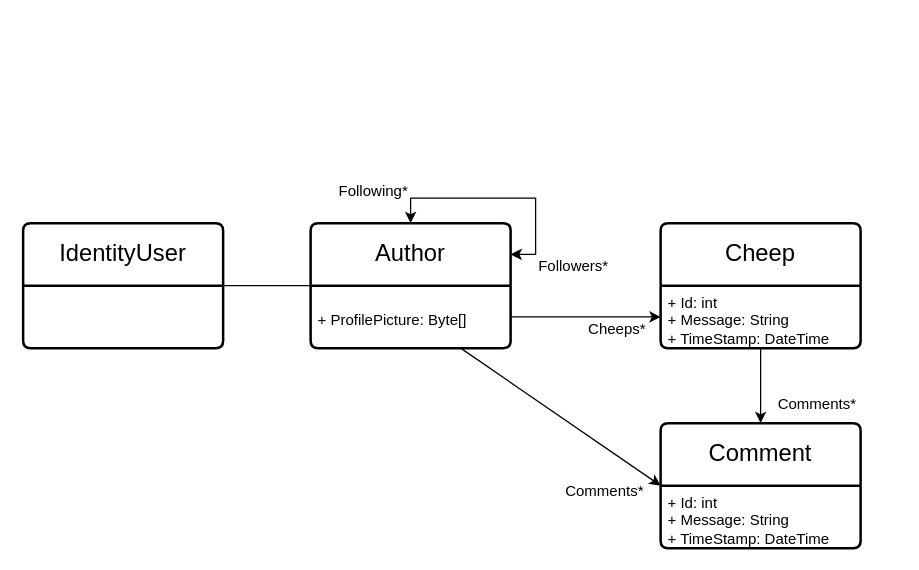
The draw.io diagram docs/models/DomainModel.drawio in ITU-BDSA2024-GROUP10/Chirp, before the edit. Source tidied: cells renumbered, new cells numbered last; positions are measured from the earlier drawing's top-left corner, leaving out a move shared by most shapes. Both pictures are drawn from the tidied source at 125%, with x=0, y=0 at pixel (22, 172).
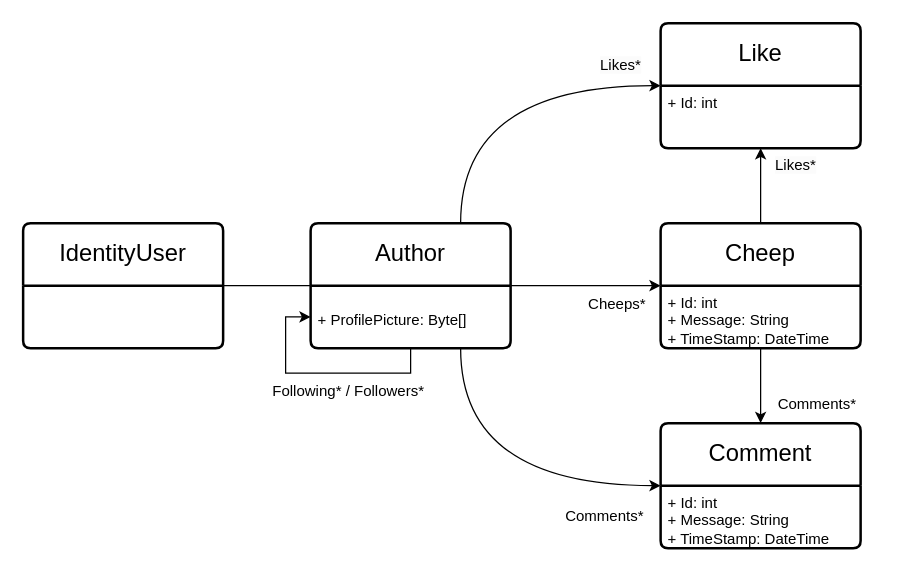
Above is the later version.

Commit message:
Updated Domain Model

Unchanged cells that the change refers to:
```xml
<mxCell id="2" value="&lt;font style=&quot;font-size: 19px;&quot;&gt;Author&lt;/font&gt;" style="swimlane;horizontal=1;startSize=50;rounded=1;fontSize=14;fontStyle=0;strokeWidth=2;shadow=0;dashed=0;align=center;arcSize=4;whiteSpace=wrap;html=1;" parent="1" vertex="1">
  <mxGeometry x="230" y="40" width="160" height="100" as="geometry" />
</mxCell>
<mxCell id="3" value="&lt;br&gt;+ ProfilePicture: Byte[]&amp;nbsp;" style="align=left;strokeColor=none;fillColor=none;spacingLeft=4;fontSize=12;verticalAlign=top;html=1;" parent="2" vertex="1">
  <mxGeometry y="50" width="160" height="50" as="geometry" />
</mxCell>
<mxCell id="4" value="&lt;font style=&quot;font-size: 19px;&quot;&gt;Cheep&lt;/font&gt;" style="swimlane;horizontal=1;startSize=50;rounded=1;fontSize=14;fontStyle=0;strokeWidth=2;shadow=0;dashed=0;align=center;arcSize=4;whiteSpace=wrap;html=1;" parent="1" vertex="1">
  <mxGeometry x="510" y="40" width="160" height="100" as="geometry" />
</mxCell>
<mxCell id="7" value="&lt;font style=&quot;font-size: 19px;&quot;&gt;Comment&lt;/font&gt;" style="swimlane;horizontal=1;startSize=50;rounded=1;fontSize=14;fontStyle=0;strokeWidth=2;shadow=0;dashed=0;align=center;arcSize=4;whiteSpace=wrap;html=1;" parent="1" vertex="1">
  <mxGeometry x="510" y="200" width="160" height="100" as="geometry" />
</mxCell>
<mxCell id="8" value="+ Id: int&amp;nbsp;&lt;div&gt;+ Message: String&amp;nbsp;&lt;/div&gt;&lt;div&gt;+ TimeStamp: DateTime&lt;/div&gt;" style="align=left;strokeColor=none;fillColor=none;spacingLeft=4;fontSize=12;verticalAlign=top;html=1;" parent="7" vertex="1">
  <mxGeometry y="50" width="160" height="50" as="geometry" />
</mxCell>
```

What changed in the source:
```diff
@@
+    <mxCell id="19" style="edgeStyle=orthogonalEdgeStyle;rounded=0;jettySize=auto;html=1;exitX=0.5;exitY=1;exitDx=0;exitDy=0;entryX=0;entryY=0.75;entryDx=0;entryDy=0;" parent="1" edge="1" source="3" target="2">
+      <mxGeometry relative="1" as="geometry" />
+    </mxCell>
+    <mxCell id="20" style="edgeStyle=orthogonalEdgeStyle;rounded=0;jettySize=auto;html=1;exitX=0.75;exitY=0;exitDx=0;exitDy=0;entryX=0;entryY=0.5;entryDx=0;entryDy=0;curved=1;" parent="1" edge="1" source="2" target="21">
+      <mxGeometry relative="1" as="geometry" />
+    </mxCell>
@@
-    <mxCell id="6" style="edgeStyle=orthogonalEdgeStyle;rounded=0;orthogonalLoop=1;jettySize=auto;html=1;exitX=0.5;exitY=0;exitDx=0;exitDy=0;entryX=1;entryY=0.25;entryDx=0;entryDy=0;endArrow=classic;endFill=1;startArrow=classic;startFill=1;" parent="1" edge="1" source="2" target="2">
-      <mxGeometry relative="1" as="geometry" />
-    </mxCell>
@@
-    <mxCell id="9" value="Following*" style="text;html=1;align=center;verticalAlign=middle;strokeColor=none;fillColor=none;" parent="1" vertex="1">
-      <mxGeometry x="240" width="80" height="30" as="geometry" />
+    <mxCell id="9" value="Following* / Followers*" style="text;html=1;align=center;verticalAlign=middle;strokeColor=none;fillColor=none;" parent="1" vertex="1">
+      <mxGeometry x="190" y="160" width="140" height="30" as="geometry" />
     </mxCell>
-    <mxCell id="10" value="Followers*" style="text;html=1;align=center;verticalAlign=middle;strokeColor=none;fillColor=none;" parent="1" vertex="1">
-      <mxGeometry x="400" y="60" width="80" height="30" as="geometry" />
-    </mxCell>
-    <mxCell id="11" style="edgeStyle=orthogonalEdgeStyle;rounded=0;jettySize=auto;html=1;exitX=1;exitY=0.5;exitDx=0;exitDy=0;entryX=0;entryY=0.75;entryDx=0;entryDy=0;" parent="1" edge="1" source="3" target="4">
+    <mxCell id="11" style="edgeStyle=orthogonalEdgeStyle;rounded=0;jettySize=auto;html=1;exitX=1;exitY=0.5;exitDx=0;exitDy=0;entryX=0;entryY=0.5;entryDx=0;entryDy=0;" parent="1" edge="1" source="2" target="4">
       <mxGeometry relative="1" as="geometry" />
     </mxCell>
     <mxCell id="12" value="Cheeps*" style="text;html=1;align=center;verticalAlign=middle;strokeColor=none;fillColor=none;" parent="1" vertex="1">
-      <mxGeometry x="440" y="110" width="70" height="30" as="geometry" />
+      <mxGeometry x="440" y="90" width="70" height="30" as="geometry" />
     </mxCell>
-    <mxCell id="13" style="edgeStyle=none;jettySize=auto;html=1;rounded=0;exitX=0.75;exitY=1;exitDx=0;exitDy=0;entryX=0;entryY=0;entryDx=0;entryDy=0;" parent="1" edge="1" source="3" target="8">
-      <mxGeometry relative="1" as="geometry" />
-    </mxCell>
     <mxCell id="14" value="Comments*" style="text;html=1;align=center;verticalAlign=middle;strokeColor=none;fillColor=none;" parent="1" vertex="1">
-      <mxGeometry x="420" y="240" width="90" height="30" as="geometry" />
+      <mxGeometry x="420" y="260" width="90" height="30" as="geometry" />
     </mxCell>
@@
+    <mxCell id="21" value="&lt;font style=&quot;font-size: 19px;&quot;&gt;Like&lt;/font&gt;" style="swimlane;horizontal=1;startSize=50;rounded=1;fontSize=14;fontStyle=0;strokeWidth=2;shadow=0;dashed=0;align=center;arcSize=4;whiteSpace=wrap;html=1;" parent="1" vertex="1">
+      <mxGeometry x="510" y="-120" width="160" height="100" as="geometry" />
+    </mxCell>
+    <mxCell id="22" value="+ Id: int&amp;nbsp;" style="align=left;strokeColor=none;fillColor=none;spacingLeft=4;fontSize=12;verticalAlign=top;html=1;" parent="21" vertex="1">
+      <mxGeometry y="50" width="160" height="50" as="geometry" />
+    </mxCell>
+    <mxCell id="23" style="edgeStyle=none;jettySize=auto;html=1;rounded=0;exitX=0.5;exitY=0;exitDx=0;exitDy=0;entryX=0.5;entryY=1;entryDx=0;entryDy=0;" parent="1" edge="1" source="4" target="22">
+      <mxGeometry relative="1" as="geometry" />
+    </mxCell>
+    <mxCell id="24" value="&lt;span style=&quot;color: rgb(0, 0, 0); font-family: Helvetica; font-size: 12px; font-style: normal; font-variant-ligatures: normal; font-variant-caps: normal; font-weight: 400; letter-spacing: normal; orphans: 2; text-align: center; text-indent: 0px; text-transform: none; widows: 2; word-spacing: 0px; -webkit-text-stroke-width: 0px; white-space: nowrap; background-color: rgb(251, 251, 251); text-decoration-thickness: initial; text-decoration-style: initial; text-decoration-color: initial; display: inline !important; float: none;&quot;&gt;Likes*&lt;/span&gt;" style="text;whiteSpace=wrap;html=1;" parent="1" vertex="1">
+      <mxGeometry x="600" y="-20" width="100" height="40" as="geometry" />
+    </mxCell>
+    <mxCell id="25" style="edgeStyle=orthogonalEdgeStyle;rounded=0;jettySize=auto;html=1;exitX=0.75;exitY=1;exitDx=0;exitDy=0;entryX=0;entryY=0.5;entryDx=0;entryDy=0;curved=1;" parent="1" edge="1" source="3" target="7">
+      <mxGeometry relative="1" as="geometry" />
+    </mxCell>
+    <mxCell id="26" value="&lt;span style=&quot;color: rgb(0, 0, 0); font-family: Helvetica; font-size: 12px; font-style: normal; font-variant-ligatures: normal; font-variant-caps: normal; font-weight: 400; letter-spacing: normal; orphans: 2; text-align: center; text-indent: 0px; text-transform: none; widows: 2; word-spacing: 0px; -webkit-text-stroke-width: 0px; white-space: nowrap; background-color: rgb(251, 251, 251); text-decoration-thickness: initial; text-decoration-style: initial; text-decoration-color: initial; display: inline !important; float: none;&quot;&gt;Likes*&lt;/span&gt;" style="text;whiteSpace=wrap;html=1;" parent="1" vertex="1">
+      <mxGeometry x="460" y="-100" width="100" height="40" as="geometry" />
+    </mxCell>
```
